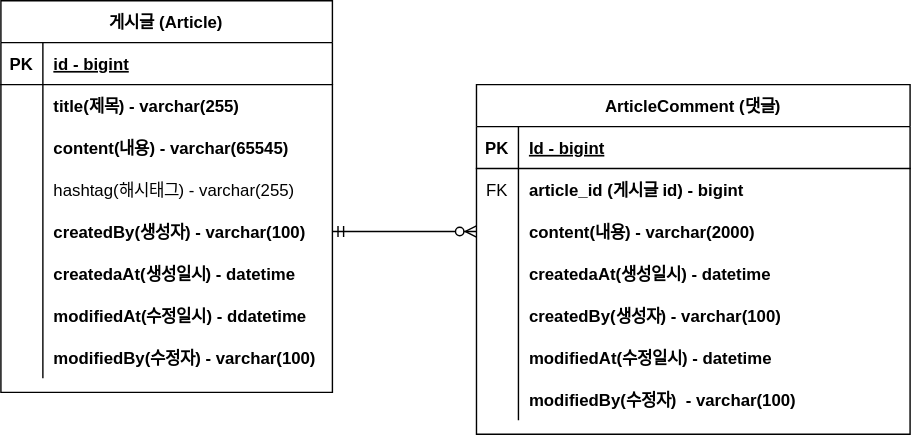
Earlier version of the draw.io export document/project-board-erd.svg (wk0012345/board). Source tidied: cells renumbered, new cells last; positions are measured from the earlier drawing's top-left corner, leaving out a move shared by most shapes.
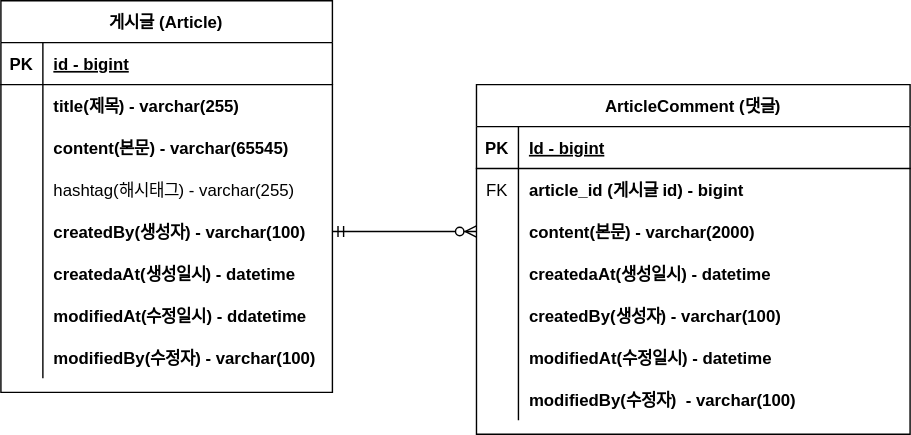
The same diagram one commit later.

Commit message:
#8 - erd 주석 업데이트

Diff of the diagram source:
```diff
@@ -29,7 +29,7 @@
     <mxCell id="10" style="shape=partialRectangle;fillColor=none;top=0;left=0;bottom=0;right=0;overflow=hidden;" parent="9" vertex="1">
       <mxGeometry width="30" height="30" as="geometry" />
     </mxCell>
-    <mxCell id="11" value="content(내용) - varchar(65545)" style="shape=partialRectangle;fillColor=none;top=0;left=0;bottom=0;right=0;align=left;spacingLeft=6;overflow=hidden;fontStyle=1;" parent="9" vertex="1">
+    <mxCell id="11" value="content(본문) - varchar(65545)" style="shape=partialRectangle;fillColor=none;top=0;left=0;bottom=0;right=0;align=left;spacingLeft=6;overflow=hidden;fontStyle=1;" parent="9" vertex="1">
       <mxGeometry x="30" width="207" height="30" as="geometry" />
     </mxCell>
     <mxCell id="12" style="shape=tableRow;horizontal=0;startSize=0;swimlaneHead=0;swimlaneBody=0;fillColor=none;top=0;left=0;right=0;bottom=0;" parent="2" vertex="1">
@@ -104,7 +104,7 @@
     <mxCell id="35" style="shape=partialRectangle;fillColor=none;top=0;left=0;bottom=0;right=0;overflow=hidden;" parent="34" vertex="1">
       <mxGeometry width="30" height="30" as="geometry" />
     </mxCell>
-    <mxCell id="36" value="content(내용) - varchar(2000)" style="shape=partialRectangle;fillColor=none;top=0;left=0;bottom=0;right=0;align=left;spacingLeft=6;overflow=hidden;fontStyle=1;" parent="34" vertex="1">
+    <mxCell id="36" value="content(본문) - varchar(2000)" style="shape=partialRectangle;fillColor=none;top=0;left=0;bottom=0;right=0;align=left;spacingLeft=6;overflow=hidden;fontStyle=1;" parent="34" vertex="1">
       <mxGeometry x="30" width="280" height="30" as="geometry" />
     </mxCell>
     <mxCell id="37" style="shape=tableRow;horizontal=0;startSize=0;swimlaneHead=0;swimlaneBody=0;fillColor=none;top=0;left=0;right=0;bottom=0;" parent="27" vertex="1">
```
